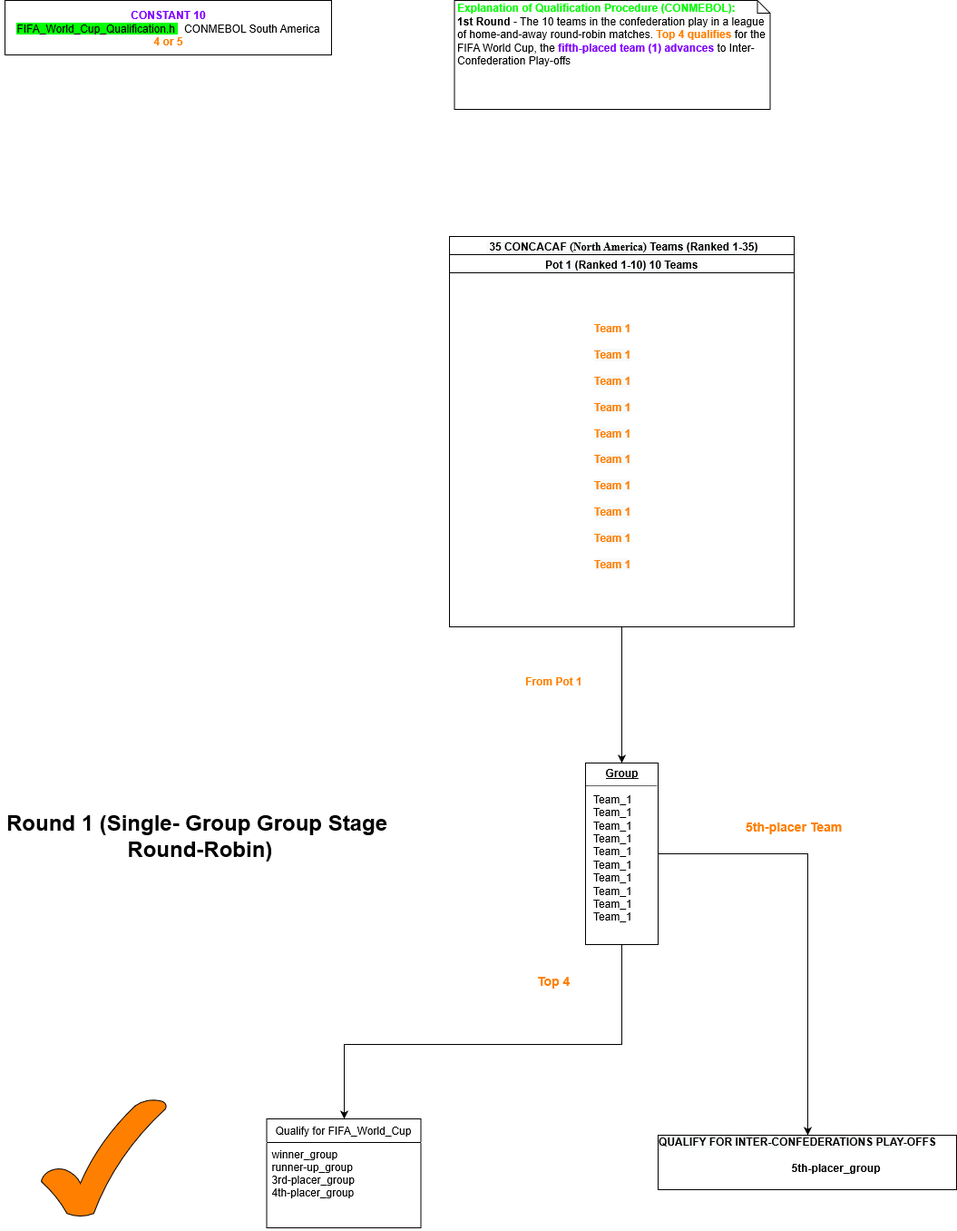
narekzamanyan97/League keeps this draw.io diagram as Desing/League.h-FIFA_World_Cup_Qualification CONMEBOL (South America).png. Above is the earlier version. Source tidied: cells renumbered, new cells last; positions are measured from the earlier drawing's top-left corner, leaving out a move shared by most shapes.
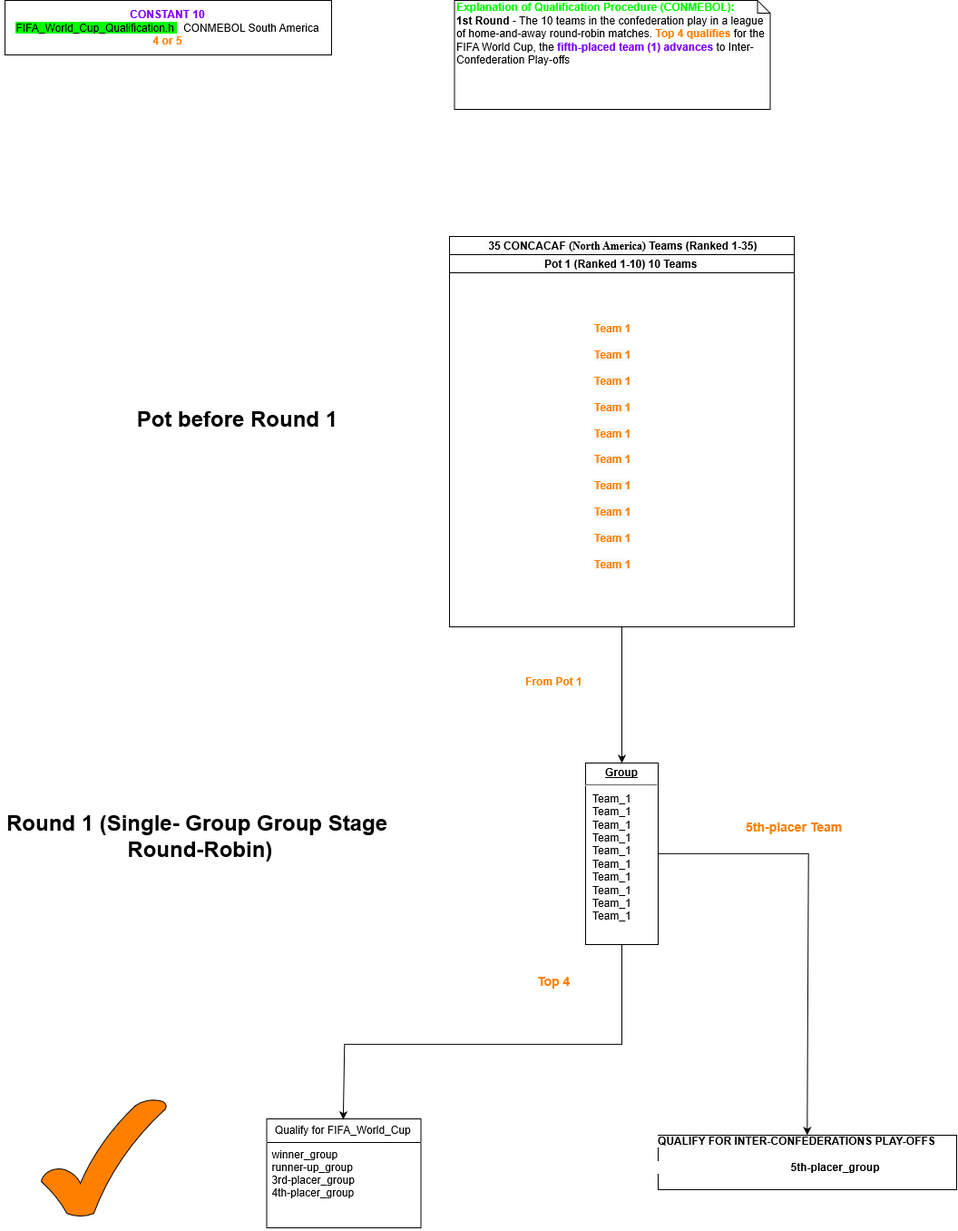
After the commit.

Change to the diagram source:
```diff
@@ -62,5 +62,8 @@
     <mxCell id="18" value="&lt;b&gt;&lt;font style=&quot;font-size: 24px&quot;&gt;Round 1 (Single- Group Group Stage&amp;nbsp;&lt;br&gt;Round-Robin)&lt;/font&gt;&lt;/b&gt;" style="text;html=1;align=center;verticalAlign=middle;" parent="1" vertex="1">
       <mxGeometry y="900" width="440" height="40" as="geometry" />
     </mxCell>
+    <mxCell id="19" value="&lt;b style=&quot;color: rgb(0 , 0 , 0) ; font-family: &amp;#34;helvetica&amp;#34; ; font-size: 12px ; font-style: normal ; font-variant: normal ; font-weight: 700 ; letter-spacing: normal ; text-align: center ; text-decoration: none ; text-indent: 0px ; text-transform: none ; white-space: nowrap ; word-spacing: 0px&quot;&gt;&lt;font style=&quot;font-size: 24px&quot;&gt;&amp;nbsp;Pot before Round 1&lt;/font&gt;&lt;/b&gt;" style="text;html=1;align=center;verticalAlign=middle;" parent="1" vertex="1">
+      <mxGeometry x="138.5" y="450" width="240" height="20" as="geometry" />
+    </mxCell>
   </root>
 </mxGraphModel>
```
